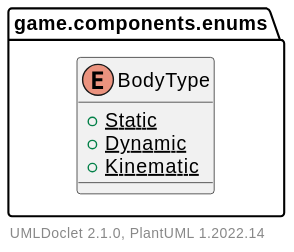
Hirschiii/JavaGameEngine keeps this PlantUML diagram as doc/javadoc/game/components/enums/package.svg. Above is the earlier version.
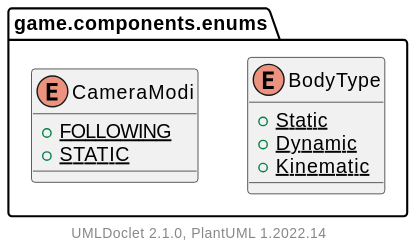
Above is the later version.

Diff of the diagram source:
```diff
@@ -7,6 +7,11 @@
             {static} +Kinematic
         }
 
+        enum CameraModi [[CameraModi.html]] {
+            {static} +FOLLOWING
+            {static} +STATIC
+        }
+
     }
 
     center footer UMLDoclet 2.1.0, PlantUML %version()
```
